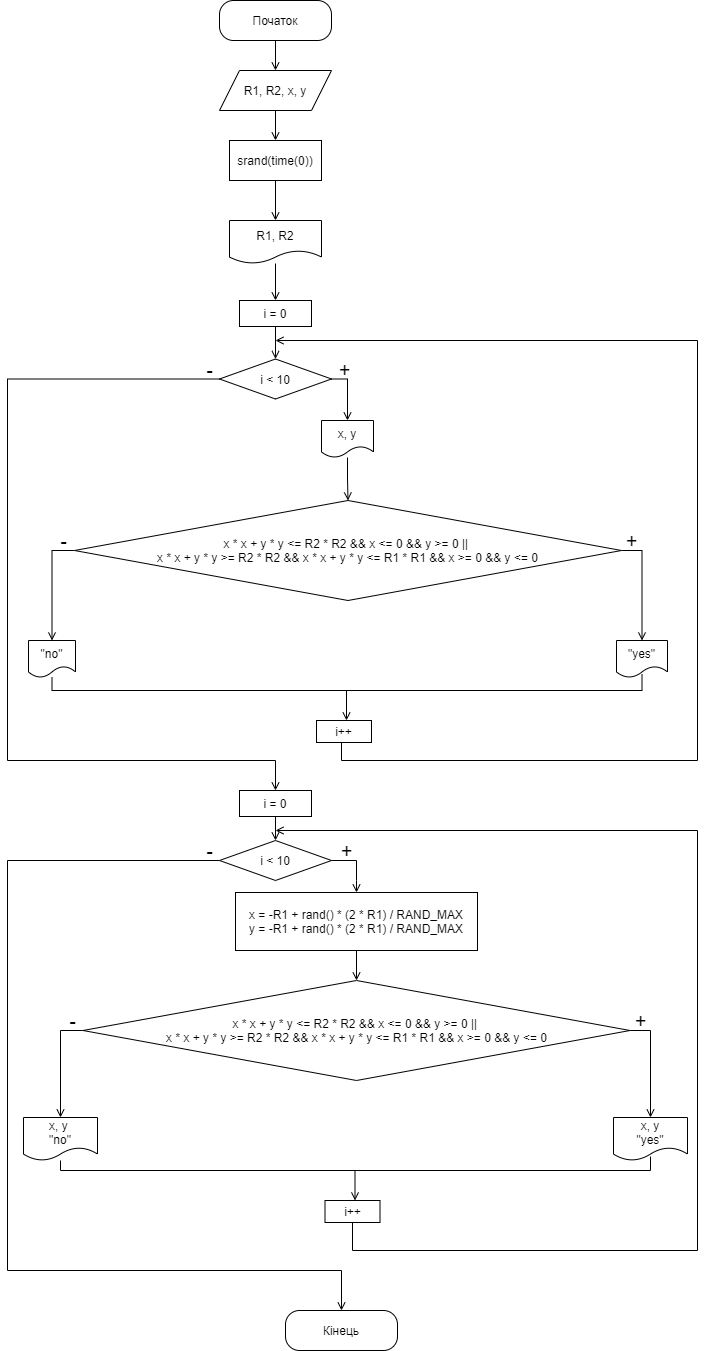
fhctyw/Lab4.5 keeps this draw.io diagram as diagram.png. Above is the earlier version. Source tidied: cells renumbered, new cells last; positions are measured from the earlier drawing's top-left corner, leaving out a move shared by most shapes.
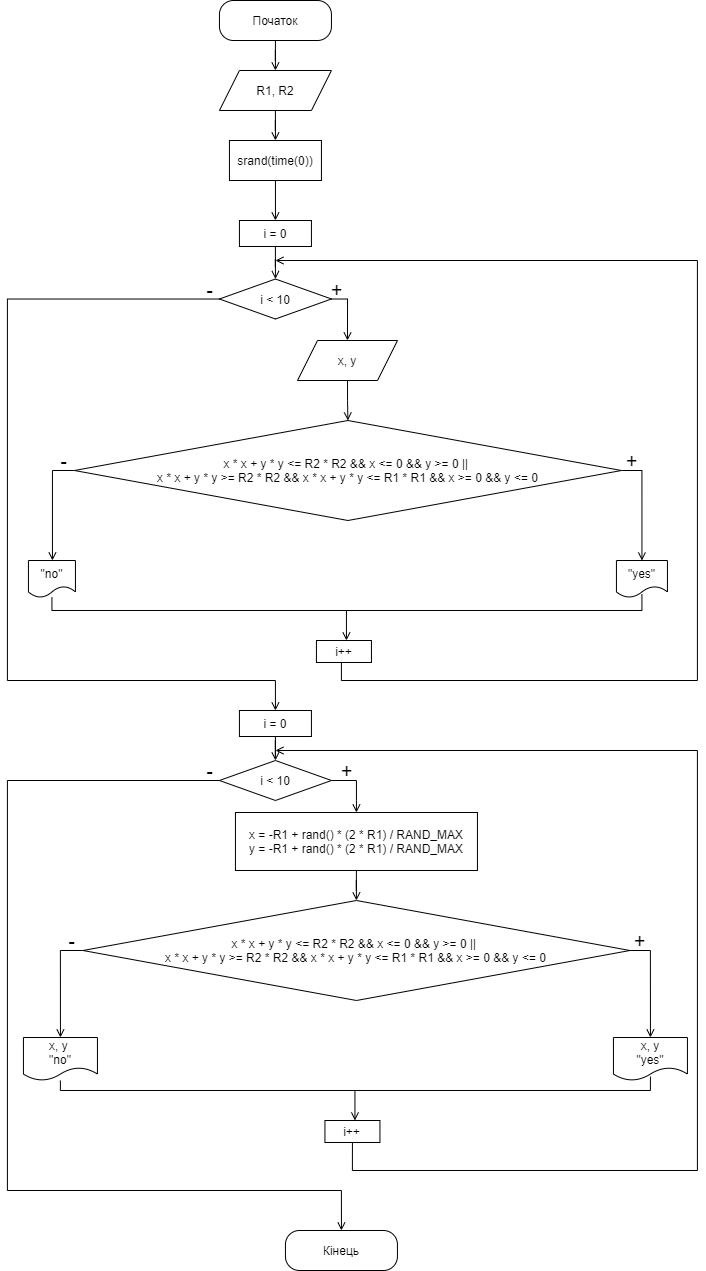
Above is the later version.

Diff of the diagram source:
```diff
@@ -6,38 +6,26 @@
       <mxGeometry relative="1" as="geometry" />
     </mxCell>
     <mxCell id="3" value="Початок" style="rounded=1;whiteSpace=wrap;html=1;arcSize=35;" parent="1" vertex="1">
-      <mxGeometry x="212" width="112" height="40" as="geometry" />
+      <mxGeometry x="212" y="80" width="112" height="40" as="geometry" />
     </mxCell>
     <mxCell id="4" style="edgeStyle=orthogonalEdgeStyle;rounded=0;jettySize=auto;html=1;entryX=0.5;entryY=0;entryDx=0;entryDy=0;endArrow=open;endFill=0;" parent="1" edge="1" source="5" target="7">
       <mxGeometry relative="1" as="geometry" />
     </mxCell>
-    <mxCell id="5" value="R1, R2, x, y" style="shape=parallelogram;perimeter=parallelogramPerimeter;whiteSpace=wrap;html=1;fixedSize=1;" parent="1" vertex="1">
-      <mxGeometry x="212" y="70" width="112" height="40" as="geometry" />
+    <mxCell id="5" value="R1, R2" style="shape=parallelogram;perimeter=parallelogramPerimeter;whiteSpace=wrap;html=1;fixedSize=1;" parent="1" vertex="1">
+      <mxGeometry x="212" y="150" width="112" height="40" as="geometry" />
     </mxCell>
-    <mxCell id="6" style="edgeStyle=orthogonalEdgeStyle;rounded=0;jettySize=auto;html=1;entryX=0.5;entryY=0;entryDx=0;entryDy=0;endArrow=open;endFill=0;" parent="1" edge="1" source="7" target="9">
-      <mxGeometry relative="1" as="geometry" />
-    </mxCell>
+    <mxCell id="51" style="edgeStyle=orthogonalEdgeStyle;rounded=0;jettySize=auto;html=1;entryX=0.5;entryY=0;entryDx=0;entryDy=0;endArrow=open;endFill=0;" parent="1" edge="1" source="7" target="11">
+      <mxGeometry relative="1" as="geometry" />
+    </mxCell>
     <mxCell id="7" value="srand(time(0))" style="rounded=0;whiteSpace=wrap;html=1;" parent="1" vertex="1">
-      <mxGeometry x="222" y="140" width="92" height="40" as="geometry" />
+      <mxGeometry x="222" y="220" width="92" height="40" as="geometry" />
     </mxCell>
-    <mxCell id="8" style="edgeStyle=orthogonalEdgeStyle;rounded=0;jettySize=auto;html=1;endArrow=open;endFill=0;" parent="1" edge="1" source="9" target="11">
-      <mxGeometry relative="1" as="geometry" />
-    </mxCell>
-    <mxCell id="9" value="R1, R2" style="shape=document;whiteSpace=wrap;html=1;boundedLbl=1;" parent="1" vertex="1">
-      <mxGeometry x="222" y="220" width="92" height="43" as="geometry" />
-    </mxCell>
     <mxCell id="10" style="edgeStyle=orthogonalEdgeStyle;rounded=0;jettySize=auto;html=1;entryX=0.5;entryY=0;entryDx=0;entryDy=0;endArrow=open;endFill=0;" parent="1" edge="1" source="11" target="27">
       <mxGeometry relative="1" as="geometry" />
     </mxCell>
     <mxCell id="11" value="i = 0" style="rounded=0;whiteSpace=wrap;html=1;" parent="1" vertex="1">
       <mxGeometry x="232" y="300" width="72" height="26" as="geometry" />
     </mxCell>
-    <mxCell id="12" style="edgeStyle=orthogonalEdgeStyle;rounded=0;jettySize=auto;html=1;entryX=0.5;entryY=0;entryDx=0;entryDy=0;endArrow=open;endFill=0;" parent="1" edge="1" source="13" target="16">
-      <mxGeometry relative="1" as="geometry" />
-    </mxCell>
-    <mxCell id="13" value="x, y" style="shape=document;whiteSpace=wrap;html=1;boundedLbl=1;" parent="1" vertex="1">
-      <mxGeometry x="314" y="420" width="52" height="37" as="geometry" />
-    </mxCell>
     <mxCell id="14" style="edgeStyle=orthogonalEdgeStyle;rounded=0;jettySize=auto;html=1;entryX=0.5;entryY=0;entryDx=0;entryDy=0;endArrow=open;endFill=0;" parent="1" edge="1" source="16" target="17">
       <mxGeometry relative="1" as="geometry">
         <Array as="points">
@@ -96,27 +84,27 @@
     <mxCell id="24" value="i++" style="rounded=0;whiteSpace=wrap;html=1;" parent="1" vertex="1">
       <mxGeometry x="309" y="720" width="55" height="22" as="geometry" />
     </mxCell>
+    <mxCell id="26" style="edgeStyle=orthogonalEdgeStyle;rounded=0;jettySize=auto;html=1;entryX=0.5;entryY=0;entryDx=0;entryDy=0;endArrow=open;endFill=0;" parent="1" edge="1" source="27" target="30">
+      <mxGeometry relative="1" as="geometry">
+        <Array as="points">
+          <mxPoint y="379" />
+          <mxPoint y="760" />
+          <mxPoint x="268" y="760" />
+        </Array>
+      </mxGeometry>
+    </mxCell>
     <mxCell id="25" style="edgeStyle=orthogonalEdgeStyle;rounded=0;jettySize=auto;html=1;entryX=0.5;entryY=0;entryDx=0;entryDy=0;endArrow=open;endFill=0;" parent="1" edge="1" source="27" target="13">
       <mxGeometry relative="1" as="geometry">
         <Array as="points">
-          <mxPoint x="340" y="379" />
+          <mxPoint x="340.1" y="379" />
         </Array>
       </mxGeometry>
     </mxCell>
-    <mxCell id="26" style="edgeStyle=orthogonalEdgeStyle;rounded=0;jettySize=auto;html=1;entryX=0.5;entryY=0;entryDx=0;entryDy=0;endArrow=open;endFill=0;" parent="1" edge="1" source="27" target="30">
-      <mxGeometry relative="1" as="geometry">
-        <Array as="points">
-          <mxPoint y="379" />
-          <mxPoint y="760" />
-          <mxPoint x="268" y="760" />
-        </Array>
-      </mxGeometry>
-    </mxCell>
     <mxCell id="27" value="i &amp;lt; 10" style="rhombus;whiteSpace=wrap;html=1;" parent="1" vertex="1">
       <mxGeometry x="212" y="358.5" width="112" height="40" as="geometry" />
     </mxCell>
     <mxCell id="28" value="&lt;font style=&quot;font-size: 20px&quot;&gt;+&lt;/font&gt;" style="text;html=1;align=center;verticalAlign=middle;strokeColor=none;fillColor=none;" parent="1" vertex="1">
-      <mxGeometry x="321.5" y="358.5" width="30" height="20" as="geometry" />
+      <mxGeometry x="314" y="358.5" width="30" height="20" as="geometry" />
     </mxCell>
     <mxCell id="29" style="edgeStyle=orthogonalEdgeStyle;rounded=0;jettySize=auto;html=1;entryX=0.5;entryY=0;entryDx=0;entryDy=0;endArrow=open;endFill=0;" parent="1" edge="1" source="30" target="34">
       <mxGeometry relative="1" as="geometry" />
@@ -219,5 +207,11 @@
     <mxCell id="50" value="Кінець" style="rounded=1;whiteSpace=wrap;html=1;arcSize=35;" parent="1" vertex="1">
       <mxGeometry x="278" y="1310" width="112" height="40" as="geometry" />
     </mxCell>
+    <mxCell id="12" style="edgeStyle=orthogonalEdgeStyle;rounded=0;jettySize=auto;html=1;entryX=0.5;entryY=0;entryDx=0;entryDy=0;endArrow=open;endFill=0;" parent="1" edge="1" source="13" target="16">
+      <mxGeometry relative="1" as="geometry" />
+    </mxCell>
+    <mxCell id="13" value="&lt;span&gt;x, y&lt;/span&gt;" style="shape=parallelogram;perimeter=parallelogramPerimeter;whiteSpace=wrap;html=1;fixedSize=1;" parent="1" vertex="1">
+      <mxGeometry x="290.1" y="420" width="100" height="40" as="geometry" />
+    </mxCell>
   </root>
 </mxGraphModel>
```
